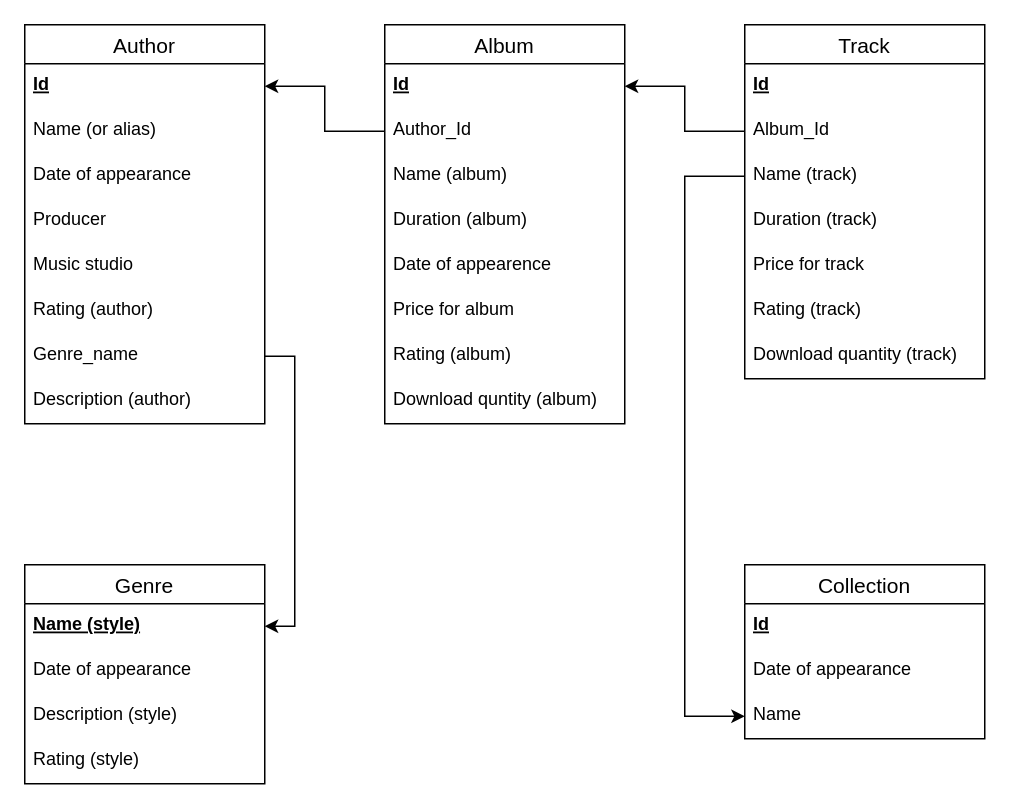
Earlier version of the draw.io diagram Untitled Diagram.drawio (Oleg-Stukalov/draw.io-schemes). Source tidied: cells renumbered, new cells numbered last; positions are measured from the earlier drawing's top-left corner, leaving out a move shared by most shapes. Both pictures are drawn from the tidied source at 150%, with x=0, y=0 at pixel (24, 24).
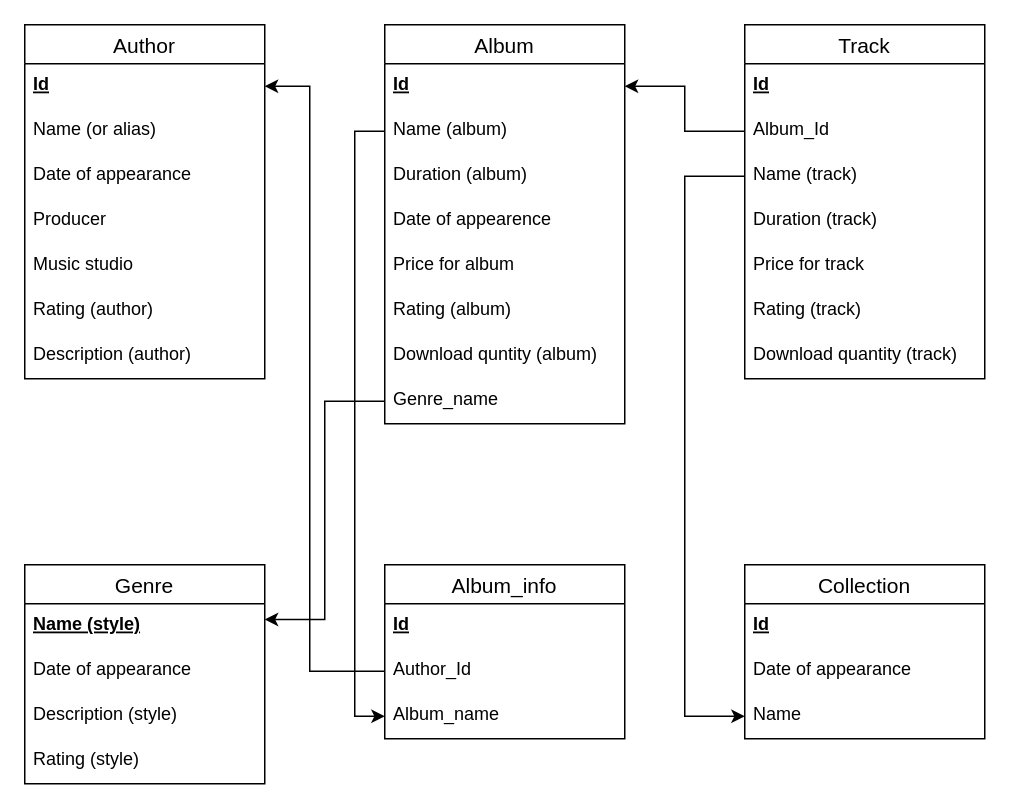
After the change.

Unchanged cells that the change refers to:
```xml
<mxCell id="2" value="Album" style="swimlane;fontStyle=0;horizontal=1;startSize=26;align=center;fontSize=14;" parent="1" vertex="1">
  <mxGeometry x="240" width="160" height="266" as="geometry" />
</mxCell>
<mxCell id="12" value="Id" style="text;strokeColor=none;fillColor=none;spacingLeft=4;spacingRight=4;overflow=hidden;points=[[0,0.5],[1,0.5]];portConstraint=eastwest;fontSize=12;fontStyle=5;" parent="11" vertex="1">
  <mxGeometry y="26" width="160" height="30" as="geometry" />
</mxCell>
<mxCell id="28" value="Genre" style="swimlane;fontStyle=0;horizontal=1;startSize=26;align=center;fontSize=14;" parent="1" vertex="1">
  <mxGeometry y="360" width="160" height="146" as="geometry" />
</mxCell>
<mxCell id="29" value="Name (style)" style="text;strokeColor=none;fillColor=none;spacingLeft=4;spacingRight=4;overflow=hidden;points=[[0,0.5],[1,0.5]];portConstraint=eastwest;fontSize=12;fontStyle=5;" parent="28" vertex="1">
  <mxGeometry y="26" width="160" height="30" as="geometry" />
</mxCell>
```

Diff of the diagram source:
```diff
@@
-    <mxCell id="4" value="Author_Id" style="text;strokeColor=none;fillColor=none;spacingLeft=4;spacingRight=4;overflow=hidden;points=[[0,0.5],[1,0.5]];portConstraint=eastwest;fontSize=12;" parent="2" vertex="1">
-      <mxGeometry y="56" width="160" height="30" as="geometry" />
-    </mxCell>
     <mxCell id="5" value="Name (album)" style="text;strokeColor=none;fillColor=none;spacingLeft=4;spacingRight=4;overflow=hidden;points=[[0,0.5],[1,0.5]];portConstraint=eastwest;fontSize=12;" parent="2" vertex="1">
-      <mxGeometry y="86" width="160" height="30" as="geometry" />
+      <mxGeometry y="56" width="160" height="30" as="geometry" />
     </mxCell>
     <mxCell id="6" value="Duration (album)" style="text;strokeColor=none;fillColor=none;spacingLeft=4;spacingRight=4;overflow=hidden;fontSize=12;" parent="2" vertex="1">
-      <mxGeometry y="116" width="160" height="30" as="geometry" />
+      <mxGeometry y="86" width="160" height="30" as="geometry" />
     </mxCell>
     <mxCell id="7" value="Date of appearence" style="text;strokeColor=none;fillColor=none;spacingLeft=4;spacingRight=4;overflow=hidden;fontSize=12;" parent="2" vertex="1">
-      <mxGeometry y="146" width="160" height="30" as="geometry" />
+      <mxGeometry y="116" width="160" height="30" as="geometry" />
     </mxCell>
     <mxCell id="8" value="Price for album" style="text;strokeColor=none;fillColor=none;spacingLeft=4;spacingRight=4;overflow=hidden;fontSize=12;" parent="2" vertex="1">
-      <mxGeometry y="176" width="160" height="30" as="geometry" />
+      <mxGeometry y="146" width="160" height="30" as="geometry" />
     </mxCell>
     <mxCell id="9" value="Rating (album)" style="text;strokeColor=none;fillColor=none;spacingLeft=4;spacingRight=4;overflow=hidden;fontSize=12;" parent="2" vertex="1">
-      <mxGeometry y="206" width="160" height="30" as="geometry" />
+      <mxGeometry y="176" width="160" height="30" as="geometry" />
     </mxCell>
+    <mxCell id="41" value="Download quntity (album)" style="text;strokeColor=none;fillColor=none;spacingLeft=4;spacingRight=4;overflow=hidden;fontSize=12;" parent="2" vertex="1">
+      <mxGeometry y="206" width="160" height="30" as="geometry" />
+    </mxCell>
-    <mxCell id="10" value="Download quntity (album)" style="text;strokeColor=none;fillColor=none;spacingLeft=4;spacingRight=4;overflow=hidden;points=[[0,0.5],[1,0.5]];portConstraint=eastwest;fontSize=12;" parent="2" vertex="1">
+    <mxCell id="10" value="Genre_name" style="text;strokeColor=none;fillColor=none;spacingLeft=4;spacingRight=4;overflow=hidden;points=[[0,0.5],[1,0.5]];portConstraint=eastwest;fontSize=12;" parent="2" vertex="1">
       <mxGeometry y="236" width="160" height="30" as="geometry" />
     </mxCell>
     <mxCell id="11" value="Author" style="swimlane;fontStyle=0;horizontal=1;startSize=26;align=center;fontSize=14;" parent="1" vertex="1">
-      <mxGeometry width="160" height="266" as="geometry" />
+      <mxGeometry width="160" height="236" as="geometry" />
     </mxCell>
@@
-    <mxCell id="18" value="Genre_name" style="text;strokeColor=none;fillColor=none;spacingLeft=4;spacingRight=4;overflow=hidden;points=[[0,0.5],[1,0.5]];portConstraint=eastwest;fontSize=12;" parent="11" vertex="1">
-      <mxGeometry y="206" width="160" height="30" as="geometry" />
-    </mxCell>
     <mxCell id="19" value="Description (author)" style="text;strokeColor=none;fillColor=none;spacingLeft=4;spacingRight=4;overflow=hidden;fontSize=12;" parent="11" vertex="1">
-      <mxGeometry y="236" width="160" height="30" as="geometry" />
+      <mxGeometry y="206" width="160" height="30" as="geometry" />
     </mxCell>
@@
-    <mxCell id="33" style="edgeStyle=orthogonalEdgeStyle;rounded=0;jettySize=auto;html=1;exitX=0;exitY=0.5;exitDx=0;exitDy=0;" parent="1" edge="1" source="4" target="12">
-      <mxGeometry relative="1" as="geometry" />
-    </mxCell>
@@
-    <mxCell id="35" style="edgeStyle=orthogonalEdgeStyle;rounded=0;jettySize=auto;html=1;exitX=1;exitY=0.5;exitDx=0;exitDy=0;entryX=1;entryY=0.5;entryDx=0;entryDy=0;" parent="1" edge="1" source="18" target="29">
-      <mxGeometry relative="1" as="geometry" />
-    </mxCell>
@@
+    <mxCell id="42" style="edgeStyle=orthogonalEdgeStyle;rounded=0;jettySize=auto;html=1;exitX=0;exitY=0.5;exitDx=0;exitDy=0;entryX=1;entryY=0.25;entryDx=0;entryDy=0;" parent="1" edge="1" source="10" target="28">
+      <mxGeometry relative="1" as="geometry" />
+    </mxCell>
+    <mxCell id="43" value="Album_info" style="swimlane;fontStyle=0;horizontal=1;startSize=26;align=center;fontSize=14;" parent="1" vertex="1">
+      <mxGeometry x="240" y="360" width="160" height="116" as="geometry" />
+    </mxCell>
+    <mxCell id="44" value="Id" style="text;strokeColor=none;fillColor=none;spacingLeft=4;spacingRight=4;overflow=hidden;fontSize=12;fontStyle=5;" parent="43" vertex="1">
+      <mxGeometry y="26" width="160" height="30" as="geometry" />
+    </mxCell>
+    <mxCell id="4" value="Author_Id" style="text;strokeColor=none;fillColor=none;spacingLeft=4;spacingRight=4;overflow=hidden;points=[[0,0.5],[1,0.5]];portConstraint=eastwest;fontSize=12;" parent="43" vertex="1">
+      <mxGeometry y="56" width="160" height="30" as="geometry" />
+    </mxCell>
+    <mxCell id="45" value="Album_name" style="text;strokeColor=none;fillColor=none;spacingLeft=4;spacingRight=4;overflow=hidden;points=[[0,0.5],[1,0.5]];portConstraint=eastwest;fontSize=12;" parent="43" vertex="1">
+      <mxGeometry y="86" width="160" height="30" as="geometry" />
+    </mxCell>
+    <mxCell id="46" style="edgeStyle=orthogonalEdgeStyle;rounded=0;jettySize=auto;html=1;exitX=0;exitY=0.5;exitDx=0;exitDy=0;entryX=0;entryY=0.5;entryDx=0;entryDy=0;" parent="1" edge="1" source="5" target="45">
+      <mxGeometry relative="1" as="geometry" />
+    </mxCell>
+    <mxCell id="33" style="edgeStyle=orthogonalEdgeStyle;rounded=0;jettySize=auto;html=1;exitX=0;exitY=0.5;exitDx=0;exitDy=0;entryX=1;entryY=0.5;entryDx=0;entryDy=0;" parent="1" edge="1" source="4" target="12">
+      <mxGeometry relative="1" as="geometry">
+        <Array as="points">
+          <mxPoint x="190" y="431" />
+          <mxPoint x="190" y="41" />
+        </Array>
+      </mxGeometry>
+    </mxCell>
```
